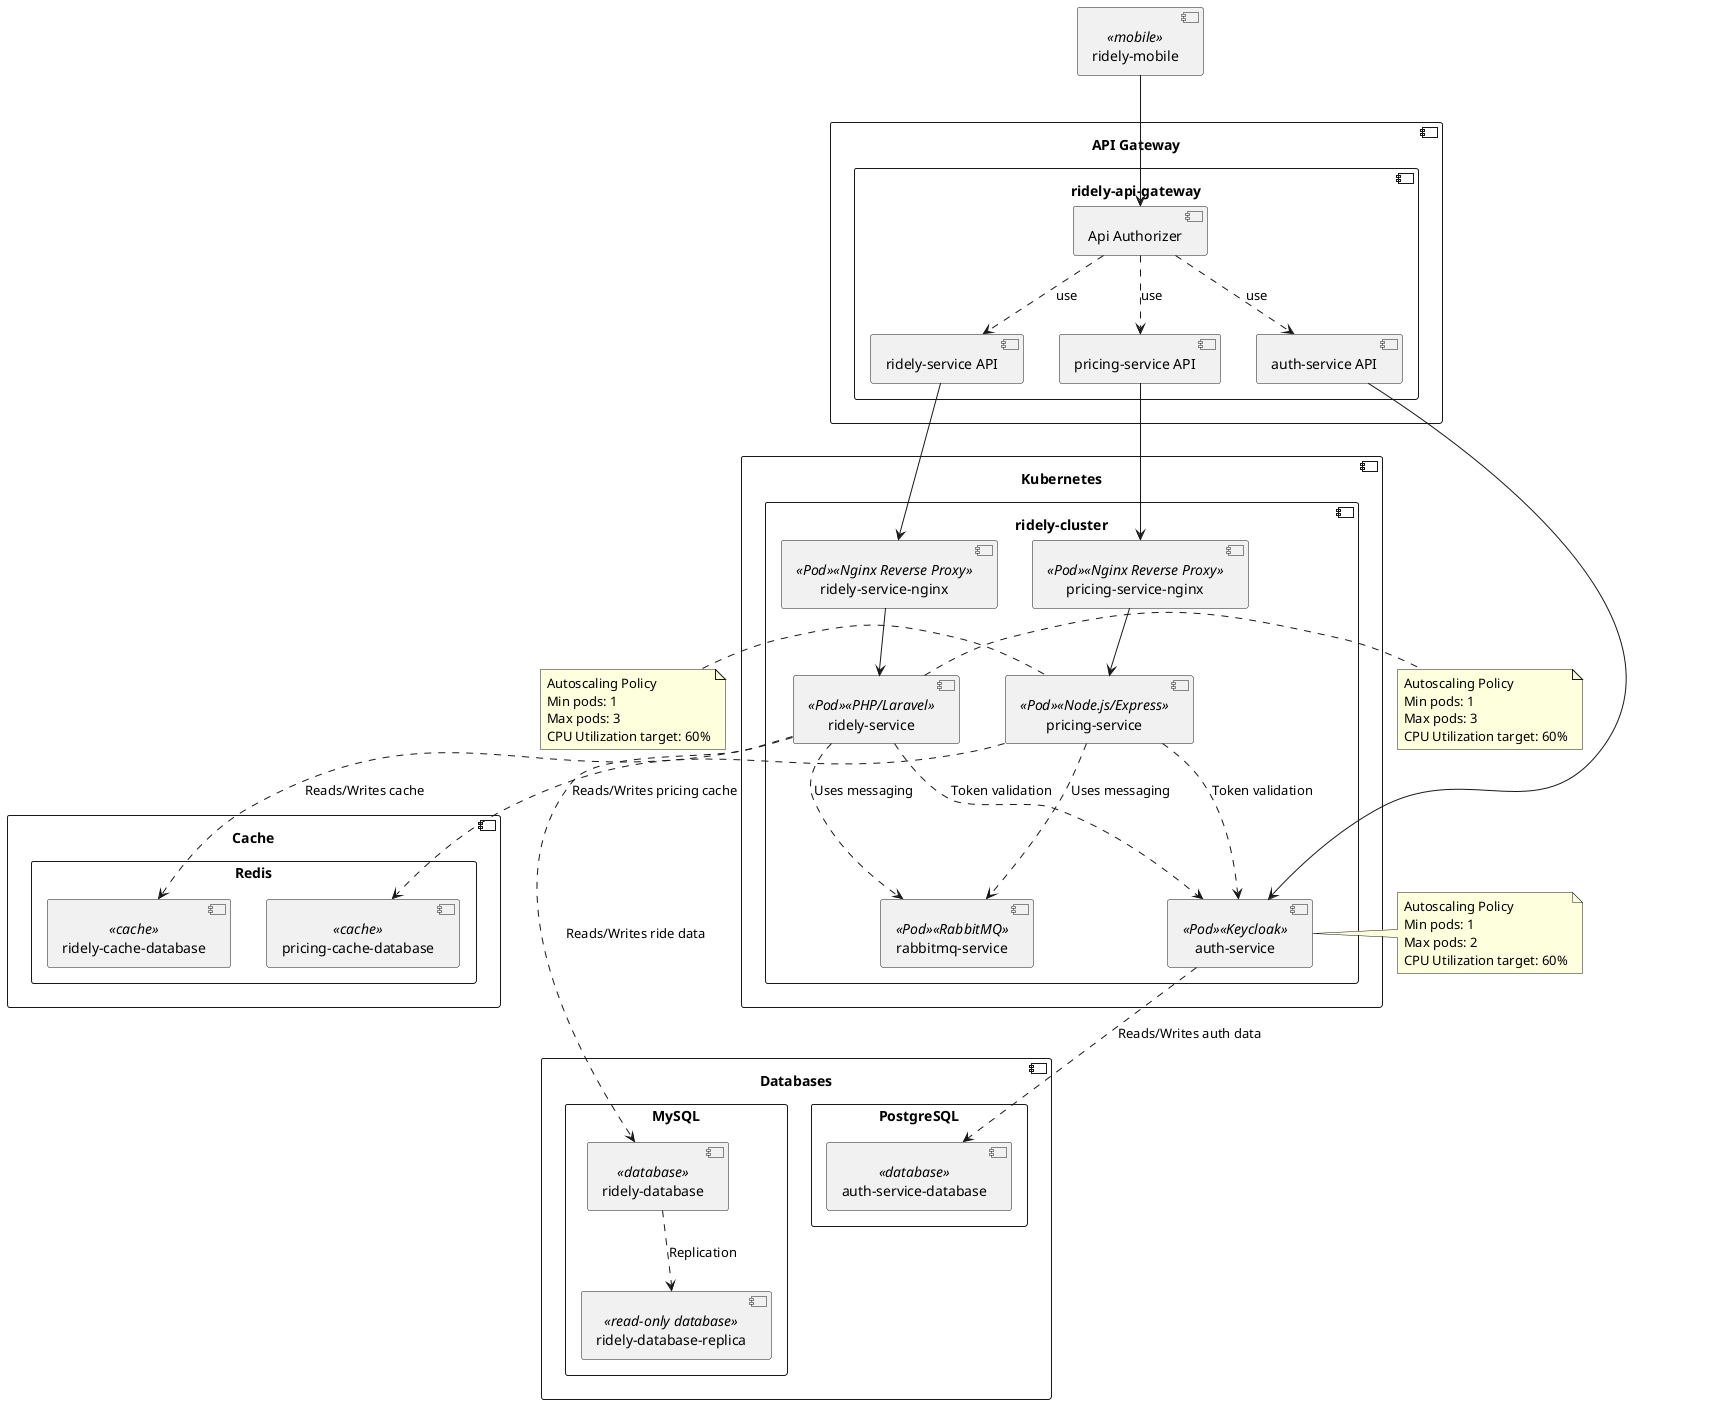
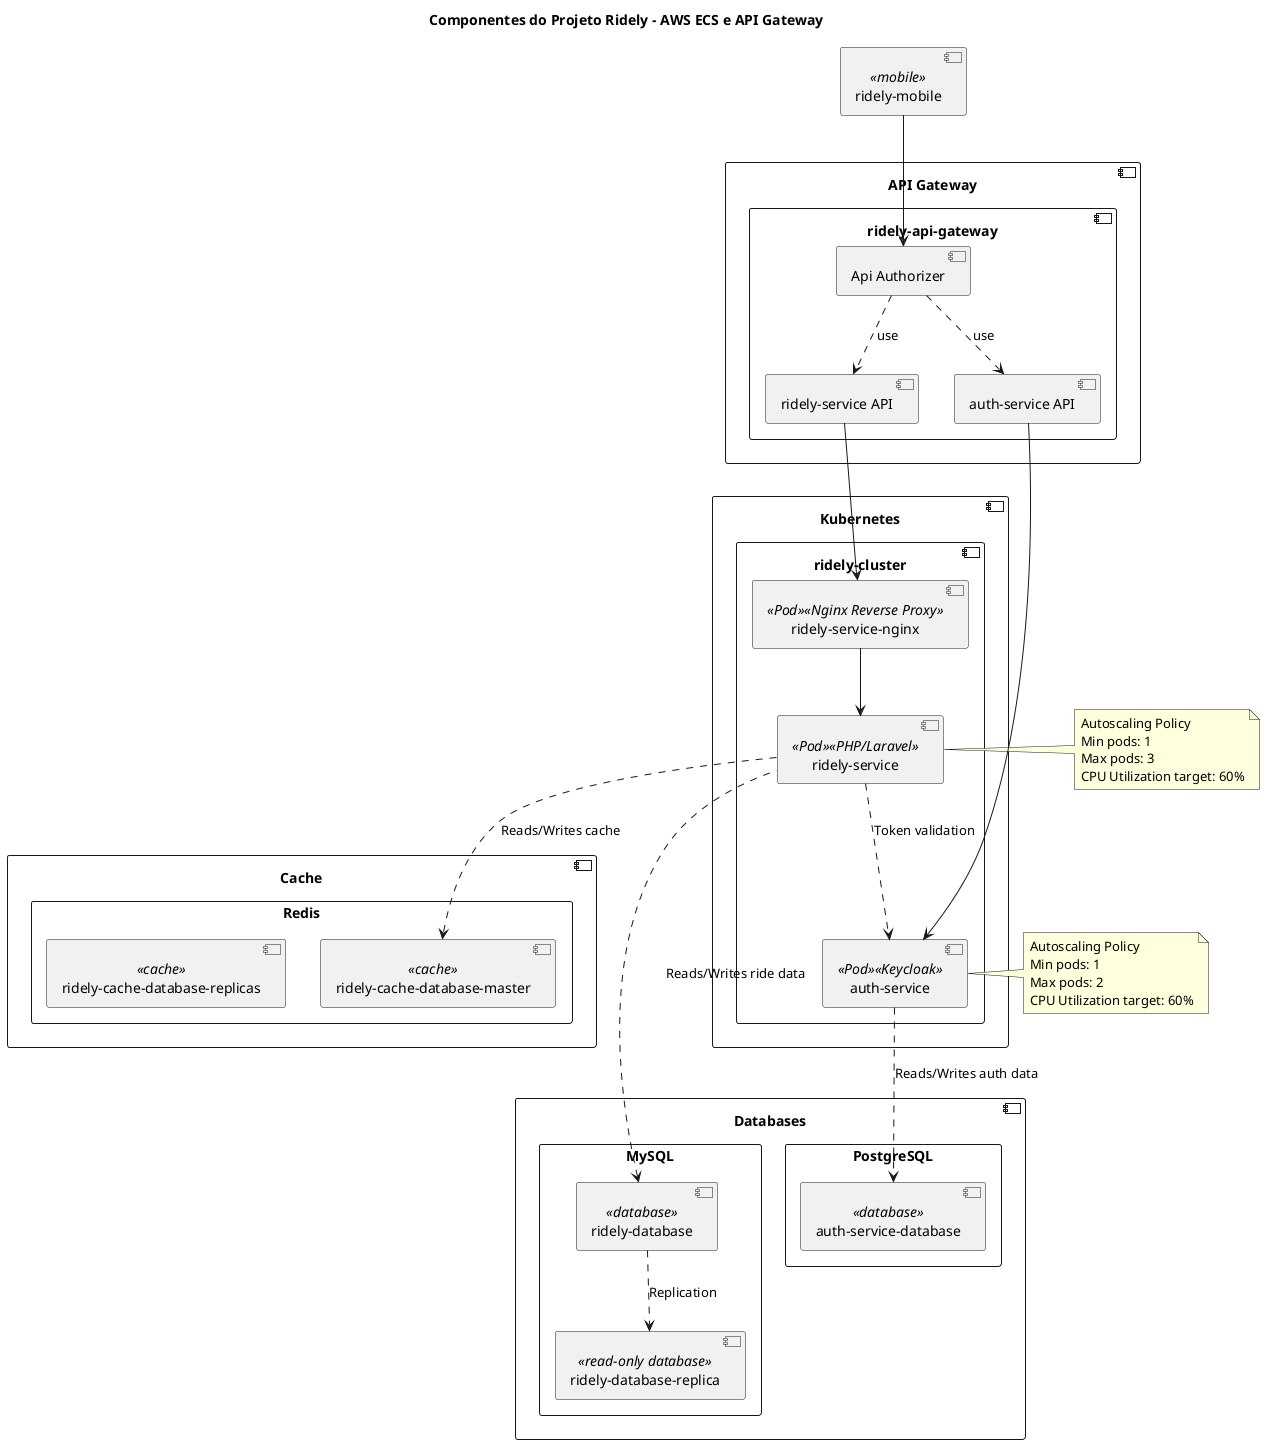
@startuml
' Diagrama de Componentes atualizado com API Gateway separado e arquitetura Kubernetes
+ title Componentes do Projeto Ridely - AWS ECS e API Gateway

[ridely-mobile] <<mobile>>

component "API Gateway" {
    component "ridely-api-gateway" {
        [Api Authorizer] ..> [auth-service API]: use
        [Api Authorizer] ..> [ridely-service API]: use
-         [Api Authorizer] ..> [pricing-service API]: use
+ '        [Api Authorizer] ..> [pricing-service API]: use
    }
}

component Kubernetes {
    component "ridely-cluster" {
        [ridely-service-nginx] <<Pod>> <<Nginx Reverse Proxy>>
-         [pricing-service-nginx] <<Pod>> <<Nginx Reverse Proxy>>
+ '        [pricing-service-nginx] <<Pod>> <<Nginx Reverse Proxy>>
        [auth-service] <<Pod>> <<Keycloak>>
        [ridely-service] <<Pod>> <<PHP/Laravel>>
-         [pricing-service] <<Pod>> <<Node.js/Express>>
-         [rabbitmq-service] <<Pod>> <<RabbitMQ>>
+ '        [pricing-service] <<Pod>> <<Node.js/Express>>
+ '        [rabbitmq-service] <<Pod>> <<RabbitMQ>>
    }
}

component Databases {
    rectangle "MySQL" {
        [ridely-database] <<database>>
        [ridely-database-replica] <<read-only database>>
    }
    rectangle "PostgreSQL" {
        [auth-service-database] <<database>>
    }
}

component Cache {
    rectangle "Redis" {
-         [ridely-cache-database] <<cache>>
-         [pricing-cache-database] <<cache>>
+         [ridely-cache-database-master] <<cache>>
+         [ridely-cache-database-replicas] <<cache>>
+         '[pricing-cache-database-master] <<cache>>
    }
}

' ------------------------------------------
' Autoscaling Policies (Notas)
' ------------------------------------------
- note left of "pricing-service"
-     Autoscaling Policy
-     Min pods: 1
-     Max pods: 3
-     CPU Utilization target: 60%
- end note
+ 'note left of "pricing-service"
+ '    Autoscaling Policy
+ '    Min pods: 1
+ '    Max pods: 3
+ '    CPU Utilization target: 60%
+ 'end note

note right of "auth-service"
    Autoscaling Policy
    Min pods: 1
    Max pods: 2
    CPU Utilization target: 60%
end note

note right of "ridely-service"
    Autoscaling Policy
    Min pods: 1
    Max pods: 3
    CPU Utilization target: 60%
end note

' ------------------------------------------
' Relacionamentos
' ------------------------------------------
[ridely-mobile] --> [Api Authorizer]

' API gateway records
[ridely-service API] --> [ridely-service-nginx]
- [pricing-service API] --> [pricing-service-nginx]
+ '[pricing-service API] --> [pricing-service-nginx]
[auth-service API] --> [auth-service]

' Nginx reverse proxies
[ridely-service-nginx] --> [ridely-service]
- [pricing-service-nginx] --> [pricing-service]
+ '[pricing-service-nginx] --> [pricing-service]

' Services accessing databases and caches
[auth-service] ..> [auth-service-database] : Reads/Writes auth data

- [ridely-service] ..> [ridely-database] : Reads/Writes ride data
- [ridely-service] ..> [ridely-cache-database] : Reads/Writes cache
+ [ridely-service] .left.> [ridely-database] : Reads/Writes ride data
+ [ridely-service] ..> [ridely-cache-database-master] : Reads/Writes cache
[ridely-service] ..> [auth-service] : Token validation

- [pricing-service] ..> [pricing-cache-database] : Reads/Writes pricing cache
- [pricing-service] ..> [auth-service] : Token validation
+ '[pricing-service] ..> [pricing-cache-database-master] : Reads/Writes pricing cache
+ '[pricing-service] ..> [auth-service] : Token validation

' Services publishing/consuming events
- [pricing-service] ..> [rabbitmq-service] : Uses messaging
- [ridely-service] ..> [rabbitmq-service] : Uses messaging
+ '[pricing-service] ..> [rabbitmq-service] : Uses messaging
+ '[ridely-service] ..> [rabbitmq-service] : Uses messaging

' Database replication
[ridely-database] ..> [ridely-database-replica] : Replication

@enduml
